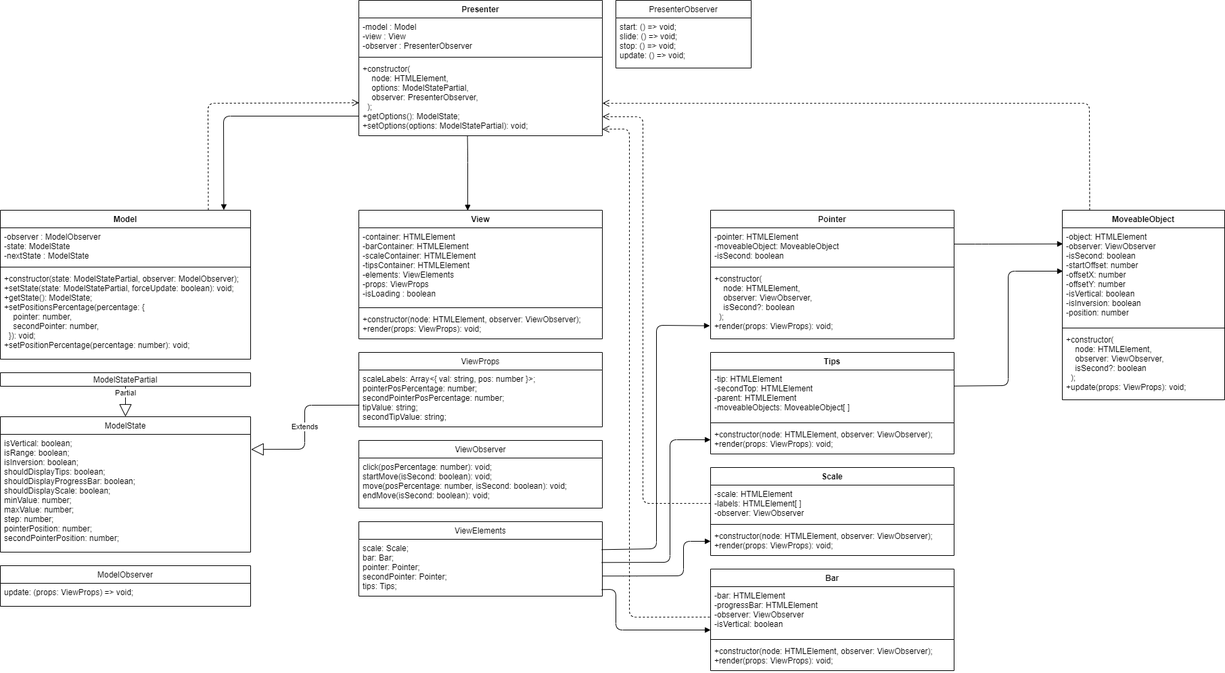
meanttobehere/slider keeps this draw.io diagram as uml.drawio.png. Above is the earlier version. Source tidied: cells renumbered, new cells last; positions are measured from the earlier drawing's top-left corner, leaving out a move shared by most shapes.
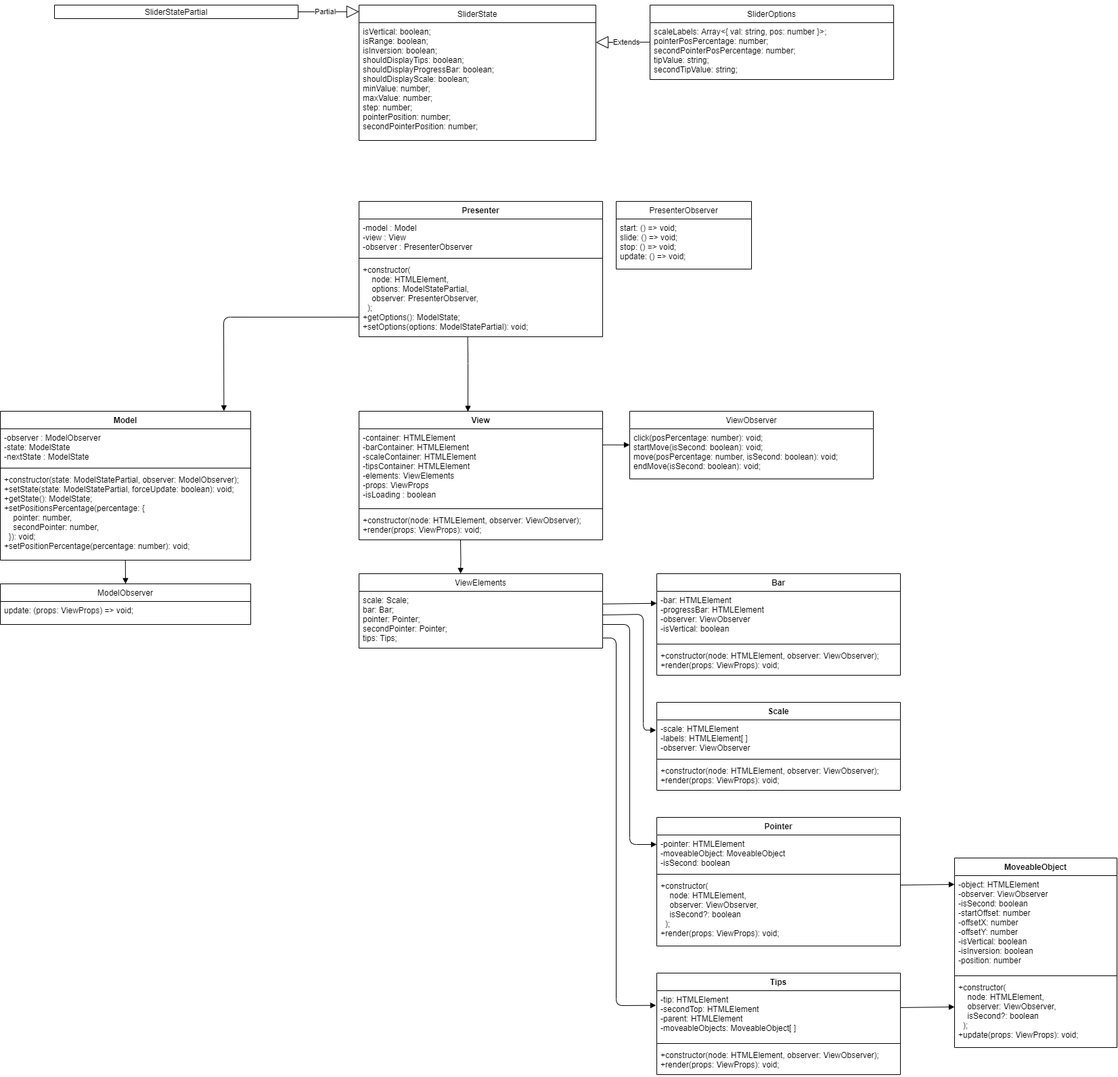
After the commit.

Diff of the diagram source:
```diff
@@ -39,7 +39,7 @@
       <mxGeometry y="148" width="360" height="42" as="geometry" />
     </mxCell>
     <mxCell id="14" value="Scale" style="swimlane;fontStyle=1;align=center;verticalAlign=top;horizontal=1;startSize=26;fillColor=none;" parent="1" vertex="1">
-      <mxGeometry x="1050" y="690" width="360" height="130" as="geometry" />
+      <mxGeometry x="970" y="740" width="360" height="130" as="geometry" />
     </mxCell>
     <mxCell id="15" value="-scale: HTMLElement&#10;-labels: HTMLElement[ ]&#10;-observer: ViewObserver" style="text;strokeColor=none;fillColor=none;align=left;verticalAlign=top;spacingLeft=4;spacingRight=4;overflow=hidden;points=[[0,0.5],[1,0.5]];portConstraint=eastwest;" parent="14" vertex="1">
       <mxGeometry y="26" width="360" height="54" as="geometry" />
@@ -51,7 +51,7 @@
       <mxGeometry y="88" width="360" height="42" as="geometry" />
     </mxCell>
     <mxCell id="18" value="Tips" style="swimlane;fontStyle=1;align=center;verticalAlign=top;horizontal=1;startSize=26;fillColor=none;" parent="1" vertex="1">
-      <mxGeometry x="1050" y="520" width="360" height="150" as="geometry" />
+      <mxGeometry x="970" y="1140" width="360" height="150" as="geometry" />
     </mxCell>
     <mxCell id="19" value="-tip: HTMLElement&#10;-secondTop: HTMLElement&#10;-parent: HTMLElement&#10;-moveableObjects: MoveableObject[ ]" style="text;strokeColor=none;fillColor=none;align=left;verticalAlign=top;spacingLeft=4;spacingRight=4;overflow=hidden;points=[[0,0.5],[1,0.5]];portConstraint=eastwest;" parent="18" vertex="1">
       <mxGeometry y="26" width="360" height="74" as="geometry" />
@@ -63,7 +63,7 @@
       <mxGeometry y="108" width="360" height="42" as="geometry" />
     </mxCell>
     <mxCell id="22" value="Pointer" style="swimlane;fontStyle=1;align=center;verticalAlign=top;horizontal=1;startSize=26;fillColor=none;" parent="1" vertex="1">
-      <mxGeometry x="1050" y="310" width="360" height="190" as="geometry" />
+      <mxGeometry x="970" y="910" width="360" height="190" as="geometry" />
     </mxCell>
     <mxCell id="23" value="-pointer: HTMLElement&#10;-moveableObject: MoveableObject&#10;-isSecond: boolean" style="text;strokeColor=none;fillColor=none;align=left;verticalAlign=top;spacingLeft=4;spacingRight=4;overflow=hidden;points=[[0,0.5],[1,0.5]];portConstraint=eastwest;" parent="22" vertex="1">
       <mxGeometry y="26" width="360" height="54" as="geometry" />
@@ -75,7 +75,7 @@
       <mxGeometry y="88" width="360" height="102" as="geometry" />
     </mxCell>
     <mxCell id="26" value="Bar" style="swimlane;fontStyle=1;align=center;verticalAlign=top;horizontal=1;startSize=26;fillColor=none;" parent="1" vertex="1">
-      <mxGeometry x="1050" y="840" width="360" height="150" as="geometry" />
+      <mxGeometry x="970" y="550" width="360" height="150" as="geometry" />
     </mxCell>
     <mxCell id="27" value="-bar: HTMLElement&#10;-progressBar: HTMLElement&#10;-observer: ViewObserver&#10;-isVertical: boolean" style="text;strokeColor=none;fillColor=none;align=left;verticalAlign=top;spacingLeft=4;spacingRight=4;overflow=hidden;points=[[0,0.5],[1,0.5]];portConstraint=eastwest;" parent="26" vertex="1">
       <mxGeometry y="26" width="360" height="74" as="geometry" />
@@ -86,51 +86,46 @@
     <mxCell id="29" value="+constructor(node: HTMLElement, observer: ViewObserver);&#10;+render(props: ViewProps): void;" style="text;strokeColor=none;fillColor=none;align=left;verticalAlign=top;spacingLeft=4;spacingRight=4;overflow=hidden;" parent="26" vertex="1">
       <mxGeometry y="108" width="360" height="42" as="geometry" />
     </mxCell>
-    <mxCell id="30" value="ViewProps" style="swimlane;fontStyle=0;horizontal=1;startSize=26;fillColor=none;" parent="1" vertex="1">
-      <mxGeometry x="530" y="520" width="360" height="110" as="geometry" />
-    </mxCell>
-    <mxCell id="31" value="scaleLabels: Array&lt;{ val: string, pos: number }&gt;;&#10;pointerPosPercentage: number;&#10;secondPointerPosPercentage: number;&#10;tipValue: string;&#10;secondTipValue: string;" style="text;strokeColor=none;fillColor=none;align=left;verticalAlign=top;spacingLeft=4;spacingRight=4;overflow=hidden;points=[[0,0.5],[1,0.5]];portConstraint=eastwest;" parent="30" vertex="1">
-      <mxGeometry y="26" width="360" height="84" as="geometry" />
-    </mxCell>
     <mxCell id="32" value="ModelObserver" style="swimlane;fontStyle=0;horizontal=1;startSize=26;fillColor=none;" parent="1" vertex="1">
-      <mxGeometry y="835" width="370" height="60" as="geometry" />
+      <mxGeometry y="565" width="370" height="60" as="geometry" />
     </mxCell>
     <mxCell id="33" value="update: (props: ViewProps) =&gt; void;" style="text;strokeColor=none;fillColor=none;align=left;verticalAlign=top;spacingLeft=4;spacingRight=4;overflow=hidden;" parent="32" vertex="1">
       <mxGeometry y="26" width="370" height="34" as="geometry" />
     </mxCell>
-    <mxCell id="34" value="ModelState" style="swimlane;fontStyle=0;horizontal=1;startSize=26;fillColor=none;" parent="1" vertex="1">
-      <mxGeometry y="615" width="370" height="200" as="geometry" />
-    </mxCell>
-    <mxCell id="35" value="isVertical: boolean;&#10;isRange: boolean;&#10;isInversion: boolean;&#10;shouldDisplayTips: boolean;&#10;shouldDisplayProgressBar: boolean;&#10;shouldDisplayScale: boolean;&#10;minValue: number;&#10;maxValue: number;&#10;step: number;&#10;pointerPosition: number;&#10;secondPointerPosition: number;" style="text;strokeColor=none;fillColor=none;align=left;verticalAlign=top;spacingLeft=4;spacingRight=4;overflow=hidden;points=[[0,0.5],[1,0.5]];portConstraint=eastwest;" parent="34" vertex="1">
-      <mxGeometry y="26" width="370" height="174" as="geometry" />
-    </mxCell>
+    <mxCell id="61" style="html=1;verticalAlign=bottom;endArrow=block;exitX=0.446;exitY=1.007;exitDx=0;exitDy=0;exitPerimeter=0;entryX=0.5;entryY=0;entryDx=0;entryDy=0;" parent="32" edge="1" target="32">
+      <mxGeometry relative="1" as="geometry">
+        <mxPoint x="184.8" y="-35" as="sourcePoint" />
+      </mxGeometry>
+    </mxCell>
     <mxCell id="36" value="PresenterObserver" style="swimlane;fontStyle=0;horizontal=1;startSize=26;fillColor=none;" parent="1" vertex="1">
       <mxGeometry x="910" width="200" height="100" as="geometry" />
     </mxCell>
     <mxCell id="37" value="start: () =&gt; void;&#10;slide: () =&gt; void;&#10;stop: () =&gt; void;&#10;update: () =&gt; void;" style="text;strokeColor=none;fillColor=none;align=left;verticalAlign=top;spacingLeft=4;spacingRight=4;overflow=hidden;" parent="36" vertex="1">
       <mxGeometry y="26" width="200" height="74" as="geometry" />
     </mxCell>
-    <mxCell id="38" style="html=1;verticalAlign=bottom;endArrow=open;dashed=1;endSize=8;entryX=0.001;entryY=0.565;entryDx=0;entryDy=0;entryPerimeter=0;exitX=0.831;exitY=-0.002;exitDx=0;exitDy=0;exitPerimeter=0;" parent="1" edge="1" source="2" target="9">
-      <mxGeometry relative="1" as="geometry">
-        <Array as="points">
-          <mxPoint x="307" y="152" />
-        </Array>
-      </mxGeometry>
-    </mxCell>
     <mxCell id="39" value="ViewObserver" style="swimlane;fontStyle=0;horizontal=1;startSize=26;fillColor=none;" parent="1" vertex="1">
-      <mxGeometry x="530" y="650" width="360" height="100" as="geometry" />
+      <mxGeometry x="930" y="310" width="360" height="100" as="geometry" />
     </mxCell>
     <mxCell id="40" value="click(posPercentage: number): void;&#10;startMove(isSecond: boolean): void;&#10;move(posPercentage: number, isSecond: boolean): void;&#10;endMove(isSecond: boolean): void;" style="text;strokeColor=none;fillColor=none;align=left;verticalAlign=top;spacingLeft=4;spacingRight=4;overflow=hidden;" parent="39" vertex="1">
       <mxGeometry y="26" width="360" height="74" as="geometry" />
     </mxCell>
     <mxCell id="41" value="ViewElements" style="swimlane;fontStyle=0;horizontal=1;startSize=26;fillColor=none;" parent="1" vertex="1">
-      <mxGeometry x="530" y="770" width="360" height="110" as="geometry" />
+      <mxGeometry x="530" y="550" width="360" height="110" as="geometry" />
     </mxCell>
+    <mxCell id="62" style="html=1;verticalAlign=bottom;endArrow=block;exitX=0.446;exitY=1.007;exitDx=0;exitDy=0;exitPerimeter=0;" parent="41" edge="1">
+      <mxGeometry relative="1" as="geometry">
+        <mxPoint x="150" y="-50" as="sourcePoint" />
+        <mxPoint x="150" as="targetPoint" />
+        <Array as="points">
+          <mxPoint x="150.4" y="-20.5" />
+        </Array>
+      </mxGeometry>
+    </mxCell>
     <mxCell id="42" value="scale: Scale;&#10;bar: Bar;&#10;pointer: Pointer;&#10;secondPointer: Pointer;&#10;tips: Tips;" style="text;strokeColor=none;fillColor=none;align=left;verticalAlign=top;spacingLeft=4;spacingRight=4;overflow=hidden;" parent="41" vertex="1">
       <mxGeometry y="26" width="360" height="84" as="geometry" />
     </mxCell>
     <mxCell id="43" value="MoveableObject" style="swimlane;fontStyle=1;align=center;verticalAlign=top;horizontal=1;startSize=26;fillColor=none;" parent="1" vertex="1">
-      <mxGeometry x="1570" y="310" width="240" height="280" as="geometry" />
+      <mxGeometry x="1410" y="970" width="240" height="280" as="geometry" />
     </mxCell>
     <mxCell id="44" value="-object: HTMLElement&#10;-observer: ViewObserver&#10;-isSecond: boolean&#10;-startOffset: number&#10;-offsetX: number&#10;-offsetY: number&#10;-isVertical: boolean&#10;-isInversion: boolean&#10;-position: number" style="text;strokeColor=none;fillColor=none;align=left;verticalAlign=top;spacingLeft=4;spacingRight=4;overflow=hidden;points=[[0,0.5],[1,0.5]];portConstraint=eastwest;" parent="43" vertex="1">
       <mxGeometry y="26" width="240" height="144" as="geometry" />
@@ -141,68 +136,6 @@
     <mxCell id="46" value="+constructor(&#10;    node: HTMLElement,&#10;    observer: ViewObserver,&#10;    isSecond?: boolean&#10;  );&#10;+update(props: ViewProps): void;" style="text;strokeColor=none;fillColor=none;align=left;verticalAlign=top;spacingLeft=4;spacingRight=4;overflow=hidden;" parent="43" vertex="1">
       <mxGeometry y="178" width="240" height="102" as="geometry" />
     </mxCell>
-    <mxCell id="47" style="html=1;verticalAlign=bottom;endArrow=block;entryX=0.004;entryY=0.165;entryDx=0;entryDy=0;entryPerimeter=0;" parent="1" edge="1" target="44">
-      <mxGeometry relative="1" as="geometry">
-        <mxPoint x="1410" y="360.1" as="sourcePoint" />
-        <Array as="points">
-          <mxPoint x="1451" y="360" />
-        </Array>
-      </mxGeometry>
-    </mxCell>
-    <mxCell id="48" style="html=1;verticalAlign=bottom;endArrow=block;entryX=0.004;entryY=0.165;entryDx=0;entryDy=0;entryPerimeter=0;exitX=0.999;exitY=0.32;exitDx=0;exitDy=0;exitPerimeter=0;" parent="1" edge="1" source="19">
-      <mxGeometry relative="1" as="geometry">
-        <mxPoint x="1571" y="400" as="targetPoint" />
-        <Array as="points">
-          <mxPoint x="1490" y="569" />
-          <mxPoint x="1490" y="400" />
-        </Array>
-      </mxGeometry>
-    </mxCell>
-    <mxCell id="49" value="Extends" style="endArrow=block;endSize=16;endFill=0;html=1;entryX=1.002;entryY=0.128;entryDx=0;entryDy=0;entryPerimeter=0;exitX=0.002;exitY=0.618;exitDx=0;exitDy=0;exitPerimeter=0;" parent="1" edge="1" source="31" target="35">
-      <mxGeometry relative="1" as="geometry">
-        <Array as="points">
-          <mxPoint x="450" y="598" />
-          <mxPoint x="450" y="663" />
-        </Array>
-      </mxGeometry>
-    </mxCell>
-    <mxCell id="50" style="html=1;verticalAlign=bottom;endArrow=block;entryX=0;entryY=0.865;entryDx=0;entryDy=0;entryPerimeter=0;" parent="1" edge="1" target="27">
-      <mxGeometry relative="1" as="geometry">
-        <mxPoint x="889" y="870.3" as="sourcePoint" />
-        <Array as="points">
-          <mxPoint x="910" y="870" />
-          <mxPoint x="910" y="930" />
-        </Array>
-      </mxGeometry>
-    </mxCell>
-    <mxCell id="51" style="html=1;verticalAlign=bottom;endArrow=block;entryX=0;entryY=0.5;entryDx=0;entryDy=0;" parent="1" edge="1" target="17">
-      <mxGeometry relative="1" as="geometry">
-        <mxPoint x="890" y="850.3" as="sourcePoint" />
-        <Array as="points">
-          <mxPoint x="931" y="850.2" />
-          <mxPoint x="1010" y="850" />
-          <mxPoint x="1010" y="799" />
-        </Array>
-      </mxGeometry>
-    </mxCell>
-    <mxCell id="52" style="html=1;verticalAlign=bottom;endArrow=block;entryX=0;entryY=0.5;entryDx=0;entryDy=0;" parent="1" edge="1" target="21">
-      <mxGeometry relative="1" as="geometry">
-        <mxPoint x="889" y="830.3" as="sourcePoint" />
-        <Array as="points">
-          <mxPoint x="990" y="830" />
-          <mxPoint x="990" y="649" />
-        </Array>
-      </mxGeometry>
-    </mxCell>
-    <mxCell id="53" style="html=1;verticalAlign=bottom;endArrow=block;entryX=-0.003;entryY=0.81;entryDx=0;entryDy=0;entryPerimeter=0;" parent="1" edge="1" target="25">
-      <mxGeometry relative="1" as="geometry">
-        <mxPoint x="889" y="811.3" as="sourcePoint" />
-        <Array as="points">
-          <mxPoint x="970" y="810" />
-          <mxPoint x="970" y="480" />
-        </Array>
-      </mxGeometry>
-    </mxCell>
     <mxCell id="54" style="html=1;verticalAlign=bottom;endArrow=block;entryX=0.447;entryY=0.003;entryDx=0;entryDy=0;entryPerimeter=0;exitX=0.446;exitY=1.007;exitDx=0;exitDy=0;exitPerimeter=0;" parent="1" edge="1" source="9" target="10">
       <mxGeometry relative="1" as="geometry">
         <Array as="points">
@@ -218,37 +151,93 @@
         </Array>
       </mxGeometry>
     </mxCell>
-    <mxCell id="56" style="html=1;verticalAlign=bottom;endArrow=open;dashed=1;endSize=8;exitX=0.831;exitY=-0.002;exitDx=0;exitDy=0;exitPerimeter=0;" parent="1" edge="1">
-      <mxGeometry relative="1" as="geometry">
-        <mxPoint x="1610.5" y="310" as="sourcePoint" />
-        <mxPoint x="890" y="152" as="targetPoint" />
-        <Array as="points">
-          <mxPoint x="1610" y="152" />
-        </Array>
-      </mxGeometry>
-    </mxCell>
-    <mxCell id="57" style="html=1;verticalAlign=bottom;endArrow=open;dashed=1;endSize=8;entryX=1;entryY=0.749;entryDx=0;entryDy=0;entryPerimeter=0;exitX=0;exitY=0.5;exitDx=0;exitDy=0;" parent="1" edge="1" source="15" target="9">
-      <mxGeometry relative="1" as="geometry">
-        <Array as="points">
-          <mxPoint x="950" y="743" />
-          <mxPoint x="950" y="172" />
-        </Array>
-      </mxGeometry>
-    </mxCell>
-    <mxCell id="58" style="html=1;verticalAlign=bottom;endArrow=open;dashed=1;endSize=8;entryX=1.013;entryY=0.762;entryDx=0;entryDy=0;entryPerimeter=0;exitX=-0.003;exitY=0.607;exitDx=0;exitDy=0;exitPerimeter=0;" parent="1" edge="1" source="27">
-      <mxGeometry relative="1" as="geometry">
-        <mxPoint x="890" y="190.3" as="targetPoint" />
-        <Array as="points">
-          <mxPoint x="930" y="911" />
-          <mxPoint x="930" y="190" />
-        </Array>
-      </mxGeometry>
-    </mxCell>
-    <mxCell id="59" value="ModelStatePartial" style="swimlane;fontStyle=0;horizontal=1;startSize=26;fillColor=none;" parent="1" vertex="1">
-      <mxGeometry y="550" width="370" height="20" as="geometry" />
-    </mxCell>
+    <mxCell id="63" value="SliderState" style="swimlane;fontStyle=0;horizontal=1;startSize=26;fillColor=none;" parent="1" vertex="1">
+      <mxGeometry x="530" y="-290" width="350" height="200" as="geometry" />
+    </mxCell>
+    <mxCell id="35" value="isVertical: boolean;&#10;isRange: boolean;&#10;isInversion: boolean;&#10;shouldDisplayTips: boolean;&#10;shouldDisplayProgressBar: boolean;&#10;shouldDisplayScale: boolean;&#10;minValue: number;&#10;maxValue: number;&#10;step: number;&#10;pointerPosition: number;&#10;secondPointerPosition: number;" style="text;strokeColor=none;fillColor=none;align=left;verticalAlign=top;spacingLeft=4;spacingRight=4;overflow=hidden;points=[[0,0.5],[1,0.5]];portConstraint=eastwest;" parent="63" vertex="1">
+      <mxGeometry y="26" width="350" height="174" as="geometry" />
+    </mxCell>
+    <mxCell id="64" value="SliderOptions" style="swimlane;fontStyle=0;horizontal=1;startSize=26;fillColor=none;" parent="1" vertex="1">
+      <mxGeometry x="960" y="-290" width="360" height="110" as="geometry" />
+    </mxCell>
+    <mxCell id="49" value="Extends" style="endArrow=block;endSize=16;endFill=0;html=1;entryX=1.002;entryY=0.128;entryDx=0;entryDy=0;entryPerimeter=0;exitX=-0.001;exitY=0.342;exitDx=0;exitDy=0;exitPerimeter=0;" parent="64" edge="1" source="31">
+      <mxGeometry x="-0.11" relative="1" as="geometry">
+        <mxPoint x="-80" y="55.1" as="targetPoint" />
+      </mxGeometry>
+    </mxCell>
+    <mxCell id="31" value="scaleLabels: Array&lt;{ val: string, pos: number }&gt;;&#10;pointerPosPercentage: number;&#10;secondPointerPosPercentage: number;&#10;tipValue: string;&#10;secondTipValue: string;" style="text;strokeColor=none;fillColor=none;align=left;verticalAlign=top;spacingLeft=4;spacingRight=4;overflow=hidden;points=[[0,0.5],[1,0.5]];portConstraint=eastwest;" parent="64" vertex="1">
+      <mxGeometry y="26" width="360" height="84" as="geometry" />
+    </mxCell>
+    <mxCell id="65" value="SliderStatePartial" style="swimlane;fontStyle=0;horizontal=1;startSize=26;fillColor=none;" parent="1" vertex="1">
+      <mxGeometry x="80" y="-290" width="360" height="20" as="geometry" />
+    </mxCell>
-    <mxCell id="60" value="Partial" style="endArrow=block;endSize=16;endFill=0;html=1;exitX=0.5;exitY=1;exitDx=0;exitDy=0;entryX=0.5;entryY=0;entryDx=0;entryDy=0;" parent="1" edge="1" source="59" target="34">
-      <mxGeometry x="-0.56" relative="1" as="geometry" />
+    <mxCell id="60" value="Partial" style="endArrow=block;endSize=16;endFill=0;html=1;exitX=1;exitY=0.5;exitDx=0;exitDy=0;" parent="1" edge="1" source="65">
+      <mxGeometry x="-0.11" relative="1" as="geometry">
+        <mxPoint x="530" y="-280.2" as="targetPoint" />
+      </mxGeometry>
     </mxCell>
+    <mxCell id="66" style="html=1;verticalAlign=bottom;endArrow=block;" parent="1" edge="1">
+      <mxGeometry relative="1" as="geometry">
+        <mxPoint x="890" y="359.7" as="sourcePoint" />
+        <mxPoint x="930" y="359.7" as="targetPoint" />
+        <Array as="points">
+          <mxPoint x="890.2" y="360.2" />
+        </Array>
+      </mxGeometry>
+    </mxCell>
+    <mxCell id="67" style="html=1;verticalAlign=bottom;endArrow=block;entryX=0;entryY=0.24;entryDx=0;entryDy=0;entryPerimeter=0;" parent="1" edge="1" target="27">
+      <mxGeometry relative="1" as="geometry">
+        <mxPoint x="890" y="594.7" as="sourcePoint" />
+        <Array as="points">
+          <mxPoint x="890.2" y="595.2" />
+        </Array>
+      </mxGeometry>
+    </mxCell>
+    <mxCell id="68" style="html=1;verticalAlign=bottom;endArrow=block;entryX=-0.003;entryY=0.282;entryDx=0;entryDy=0;entryPerimeter=0;" parent="1" edge="1" target="15">
+      <mxGeometry relative="1" as="geometry">
+        <mxPoint x="890" y="611" as="sourcePoint" />
+        <Array as="points">
+          <mxPoint x="890.2" y="611.4" />
+          <mxPoint x="950" y="610" />
+          <mxPoint x="950" y="781" />
+        </Array>
+      </mxGeometry>
+    </mxCell>
+    <mxCell id="69" style="html=1;verticalAlign=bottom;endArrow=block;entryX=0;entryY=0.259;entryDx=0;entryDy=0;entryPerimeter=0;" parent="1" edge="1" target="23">
+      <mxGeometry relative="1" as="geometry">
+        <mxPoint x="890" y="625" as="sourcePoint" />
+        <Array as="points">
+          <mxPoint x="930" y="625" />
+          <mxPoint x="930" y="950" />
+        </Array>
+      </mxGeometry>
+    </mxCell>
+    <mxCell id="70" style="html=1;verticalAlign=bottom;endArrow=block;entryX=-0.003;entryY=0.293;entryDx=0;entryDy=0;entryPerimeter=0;" parent="1" edge="1" target="19">
+      <mxGeometry relative="1" as="geometry">
+        <mxPoint x="890" y="645" as="sourcePoint" />
+        <Array as="points">
+          <mxPoint x="910" y="645" />
+          <mxPoint x="910" y="1188" />
+        </Array>
+      </mxGeometry>
+    </mxCell>
+    <mxCell id="71" style="html=1;verticalAlign=bottom;endArrow=block;entryX=0;entryY=0.24;entryDx=0;entryDy=0;entryPerimeter=0;" parent="1" edge="1">
+      <mxGeometry relative="1" as="geometry">
+        <mxPoint x="1330" y="1010" as="sourcePoint" />
+        <mxPoint x="1410" y="1009" as="targetPoint" />
+        <Array as="points">
+          <mxPoint x="1330.2" y="1010.4" />
+        </Array>
+      </mxGeometry>
+    </mxCell>
+    <mxCell id="72" style="html=1;verticalAlign=bottom;endArrow=block;entryX=0;entryY=0.24;entryDx=0;entryDy=0;entryPerimeter=0;" parent="1" edge="1">
+      <mxGeometry relative="1" as="geometry">
+        <mxPoint x="1330" y="1190.9" as="sourcePoint" />
+        <mxPoint x="1410" y="1190" as="targetPoint" />
+        <Array as="points">
+          <mxPoint x="1330.2" y="1191.4" />
+        </Array>
+      </mxGeometry>
+    </mxCell>
   </root>
 </mxGraphModel>
```
